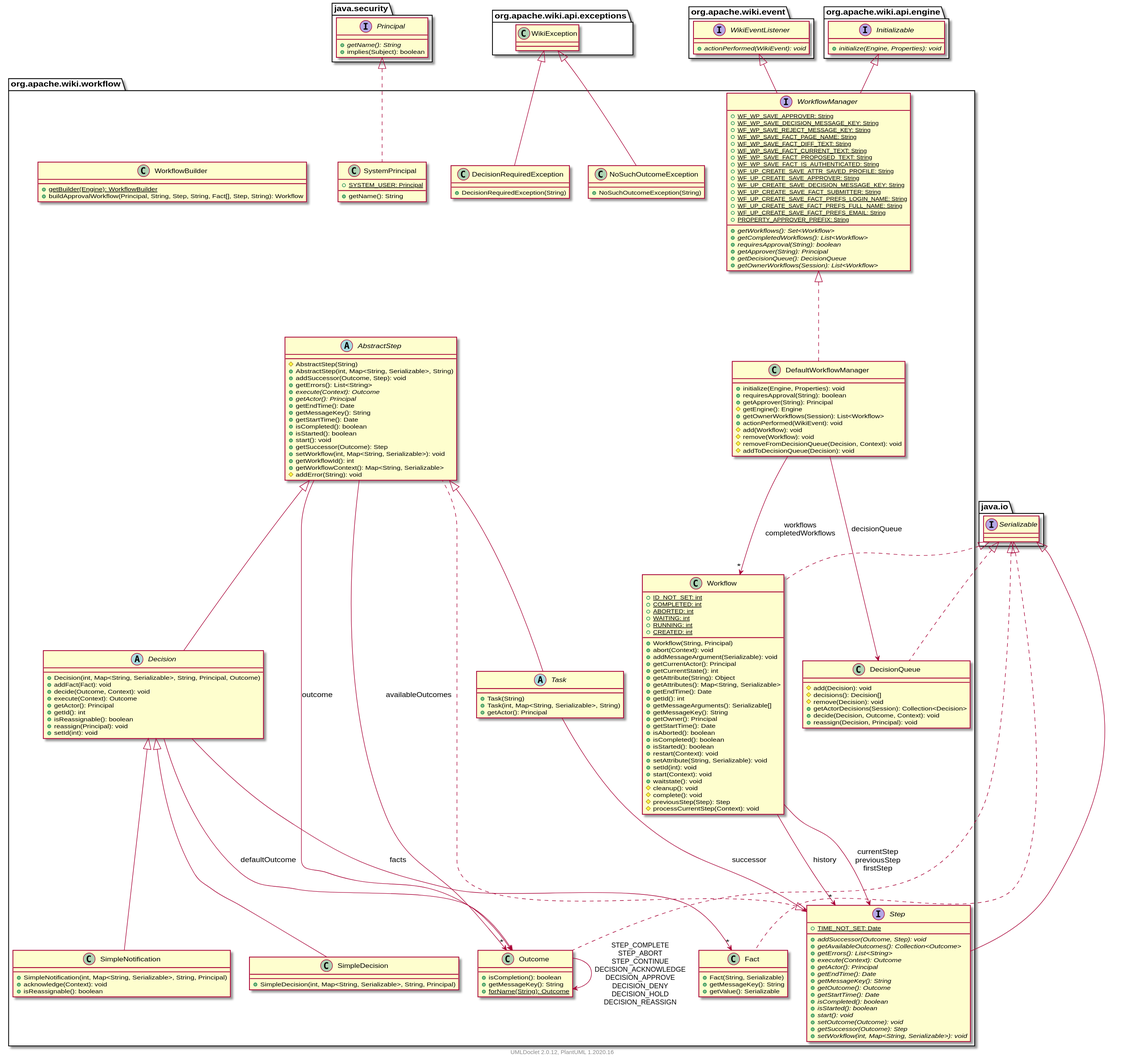
The PlantUML diagram apidocs/2.11.0-SNAPSHOT/org/apache/wiki/workflow/package.svg in apache/jspwiki-site, before a commit.
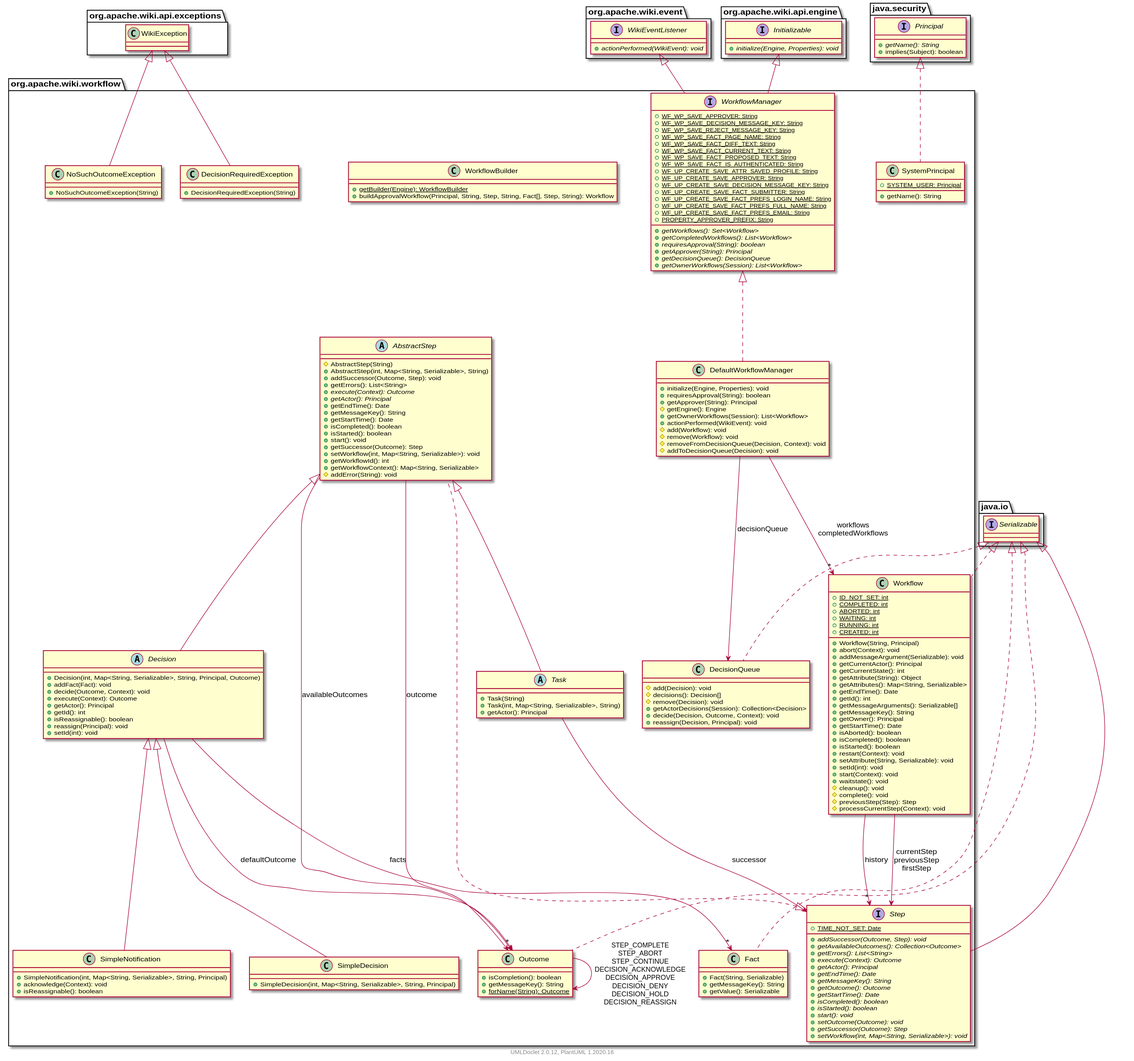
After the change.

What changed in the source:
```diff
@@ -7,9 +7,88 @@
             +isReassignable(): boolean
         }
 
-        class SystemPrincipal [[SystemPrincipal.html]] {
-            {static} +SYSTEM_USER: Principal
-            +getName(): String
+        abstract class Task [[Task.html]] {
+            +Task(String)
+            +Task(int, Map<String, Serializable>, String)
+            +getActor(): Principal
+        }
+
+        class NoSuchOutcomeException [[NoSuchOutcomeException.html]] {
+            +NoSuchOutcomeException(String)
+        }
+
+        class DecisionQueue [[DecisionQueue.html]] {
+            #add(Decision): void
+            #decisions(): Decision[]
+            #remove(Decision): void
+            +getActorDecisions(Session): Collection<Decision>
+            +decide(Decision, Outcome, Context): void
+            +reassign(Decision, Principal): void
+        }
+
+        interface Step [[Step.html]] {
+            {static} +TIME_NOT_SET: Date
+            {abstract} +addSuccessor(Outcome, Step): void
+            {abstract} +getAvailableOutcomes(): Collection<Outcome>
+            {abstract} +getErrors(): List<String>
+            {abstract} +execute(Context): Outcome
+            {abstract} +getActor(): Principal
+            {abstract} +getEndTime(): Date
+            {abstract} +getMessageKey(): String
+            {abstract} +getOutcome(): Outcome
+            {abstract} +getStartTime(): Date
+            {abstract} +isCompleted(): boolean
+            {abstract} +isStarted(): boolean
+            {abstract} +start(): void
+            {abstract} +setOutcome(Outcome): void
+            {abstract} +getSuccessor(Outcome): Step
+            {abstract} +setWorkflow(int, Map<String, Serializable>): void
+        }
+
+        class Fact [[Fact.html]] {
+            +Fact(String, Serializable)
+            +getMessageKey(): String
+            +getValue(): Serializable
+        }
+
+        class SimpleDecision [[SimpleDecision.html]] {
+            +SimpleDecision(int, Map<String, Serializable>, String, Principal)
+        }
+
+        class Outcome [[Outcome.html]] {
+            +isCompletion(): boolean
+            +getMessageKey(): String
+            {static} +forName(String): Outcome
+        }
+
+        interface WorkflowManager [[WorkflowManager.html]] {
+            {static} +WF_WP_SAVE_APPROVER: String
+            {static} +WF_WP_SAVE_DECISION_MESSAGE_KEY: String
+            {static} +WF_WP_SAVE_REJECT_MESSAGE_KEY: String
+            {static} +WF_WP_SAVE_FACT_PAGE_NAME: String
+            {static} +WF_WP_SAVE_FACT_DIFF_TEXT: String
+            {static} +WF_WP_SAVE_FACT_CURRENT_TEXT: String
+            {static} +WF_WP_SAVE_FACT_PROPOSED_TEXT: String
+            {static} +WF_WP_SAVE_FACT_IS_AUTHENTICATED: String
+            {static} +WF_UP_CREATE_SAVE_ATTR_SAVED_PROFILE: String
+            {static} +WF_UP_CREATE_SAVE_APPROVER: String
+            {static} +WF_UP_CREATE_SAVE_DECISION_MESSAGE_KEY: String
+            {static} +WF_UP_CREATE_SAVE_FACT_SUBMITTER: String
+            {static} +WF_UP_CREATE_SAVE_FACT_PREFS_LOGIN_NAME: String
+            {static} +WF_UP_CREATE_SAVE_FACT_PREFS_FULL_NAME: String
+            {static} +WF_UP_CREATE_SAVE_FACT_PREFS_EMAIL: String
+            {static} +PROPERTY_APPROVER_PREFIX: String
+            {abstract} +getWorkflows(): Set<Workflow>
+            {abstract} +getCompletedWorkflows(): List<Workflow>
+            {abstract} +requiresApproval(String): boolean
+            {abstract} +getApprover(String): Principal
+            {abstract} +getDecisionQueue(): DecisionQueue
+            {abstract} +getOwnerWorkflows(Session): List<Workflow>
+        }
+
+        class WorkflowBuilder [[WorkflowBuilder.html]] {
+            {static} +getBuilder(Engine): WorkflowBuilder
+            +buildApprovalWorkflow(Principal, String, Step, String, Fact[], Step, String): Workflow
         }
 
         class Workflow [[Workflow.html]] {
@@ -50,68 +129,9 @@
             +DecisionRequiredException(String)
         }
 
-        class Outcome [[Outcome.html]] {
-            +isCompletion(): boolean
-            +getMessageKey(): String
-            {static} +forName(String): Outcome
-        }
-
-        class SimpleDecision [[SimpleDecision.html]] {
-            +SimpleDecision(int, Map<String, Serializable>, String, Principal)
-        }
-
-        class NoSuchOutcomeException [[NoSuchOutcomeException.html]] {
-            +NoSuchOutcomeException(String)
-        }
-
-        interface Step [[Step.html]] {
-            {static} +TIME_NOT_SET: Date
-            {abstract} +addSuccessor(Outcome, Step): void
-            {abstract} +getAvailableOutcomes(): Collection<Outcome>
-            {abstract} +getErrors(): List<String>
-            {abstract} +execute(Context): Outcome
-            {abstract} +getActor(): Principal
-            {abstract} +getEndTime(): Date
-            {abstract} +getMessageKey(): String
-            {abstract} +getOutcome(): Outcome
-            {abstract} +getStartTime(): Date
-            {abstract} +isCompleted(): boolean
-            {abstract} +isStarted(): boolean
-            {abstract} +start(): void
-            {abstract} +setOutcome(Outcome): void
-            {abstract} +getSuccessor(Outcome): Step
-            {abstract} +setWorkflow(int, Map<String, Serializable>): void
-        }
-
-        interface WorkflowManager [[WorkflowManager.html]] {
-            {static} +WF_WP_SAVE_APPROVER: String
-            {static} +WF_WP_SAVE_DECISION_MESSAGE_KEY: String
-            {static} +WF_WP_SAVE_REJECT_MESSAGE_KEY: String
-            {static} +WF_WP_SAVE_FACT_PAGE_NAME: String
-            {static} +WF_WP_SAVE_FACT_DIFF_TEXT: String
-            {static} +WF_WP_SAVE_FACT_CURRENT_TEXT: String
-            {static} +WF_WP_SAVE_FACT_PROPOSED_TEXT: String
-            {static} +WF_WP_SAVE_FACT_IS_AUTHENTICATED: String
-            {static} +WF_UP_CREATE_SAVE_ATTR_SAVED_PROFILE: String
-            {static} +WF_UP_CREATE_SAVE_APPROVER: String
-            {static} +WF_UP_CREATE_SAVE_DECISION_MESSAGE_KEY: String
-            {static} +WF_UP_CREATE_SAVE_FACT_SUBMITTER: String
-            {static} +WF_UP_CREATE_SAVE_FACT_PREFS_LOGIN_NAME: String
-            {static} +WF_UP_CREATE_SAVE_FACT_PREFS_FULL_NAME: String
-            {static} +WF_UP_CREATE_SAVE_FACT_PREFS_EMAIL: String
-            {static} +PROPERTY_APPROVER_PREFIX: String
-            {abstract} +getWorkflows(): Set<Workflow>
-            {abstract} +getCompletedWorkflows(): List<Workflow>
-            {abstract} +requiresApproval(String): boolean
-            {abstract} +getApprover(String): Principal
-            {abstract} +getDecisionQueue(): DecisionQueue
-            {abstract} +getOwnerWorkflows(Session): List<Workflow>
-        }
-
-        abstract class Task [[Task.html]] {
-            +Task(String)
-            +Task(int, Map<String, Serializable>, String)
-            +getActor(): Principal
+        class SystemPrincipal [[SystemPrincipal.html]] {
+            {static} +SYSTEM_USER: Principal
+            +getName(): String
         }
 
         class DefaultWorkflowManager [[DefaultWorkflowManager.html]] {
@@ -127,15 +147,16 @@
             #addToDecisionQueue(Decision): void
         }
 
-        class Fact [[Fact.html]] {
-            +Fact(String, Serializable)
-            +getMessageKey(): String
-            +getValue(): Serializable
-        }
-
-        class WorkflowBuilder [[WorkflowBuilder.html]] {
-            {static} +getBuilder(Engine): WorkflowBuilder
-            +buildApprovalWorkflow(Principal, String, Step, String, Fact[], Step, String): Workflow
+        abstract class Decision [[Decision.html]] {
+            +Decision(int, Map<String, Serializable>, String, Principal, Outcome)
+            +addFact(Fact): void
+            +decide(Outcome, Context): void
+            +execute(Context): Outcome
+            +getActor(): Principal
+            +getId(): int
+            +isReassignable(): boolean
+            +reassign(Principal): void
+            +setId(int): void
         }
 
         abstract class AbstractStep [[AbstractStep.html]] {
@@ -158,69 +179,41 @@
             #addError(String): void
         }
 
-        abstract class Decision [[Decision.html]] {
-            +Decision(int, Map<String, Serializable>, String, Principal, Outcome)
-            +addFact(Fact): void
-            +decide(Outcome, Context): void
-            +execute(Context): Outcome
-            +getActor(): Principal
-            +getId(): int
-            +isReassignable(): boolean
-            +reassign(Principal): void
-            +setId(int): void
-        }
-
-        class DecisionQueue [[DecisionQueue.html]] {
-            #add(Decision): void
-            #decisions(): Decision[]
-            #remove(Decision): void
-            +getActorDecisions(Session): Collection<Decision>
-            +decide(Decision, Outcome, Context): void
-            +reassign(Decision, Principal): void
-        }
-
         Decision <|-- SimpleNotification
-        java.security.Principal <|.. SystemPrincipal
+        AbstractStep <|-- Task
+        Task --> Step: successor
+        org.apache.wiki.api.exceptions.WikiException <|-- NoSuchOutcomeException
+        java.io.Serializable <|.. DecisionQueue
+        java.io.Serializable <|-- Step
+        java.io.Serializable <|.. Fact
+        Decision <|-- SimpleDecision
+        java.io.Serializable <|.. Outcome
+        Outcome --> Outcome: STEP_COMPLETE\nSTEP_ABORT\nSTEP_CONTINUE\nDECISION_ACKNOWLEDGE\nDECISION_APPROVE\nDECISION_DENY\nDECISION_HOLD\nDECISION_REASSIGN
+        org.apache.wiki.event.WikiEventListener <|-- WorkflowManager
+        org.apache.wiki.api.engine.Initializable <|-- WorkflowManager
         java.io.Serializable <|.. Workflow
         Workflow --> "*" Step: history
         Workflow --> Step: currentStep\npreviousStep\nfirstStep
         org.apache.wiki.api.exceptions.WikiException <|-- DecisionRequiredException
-        java.io.Serializable <|.. Outcome
-        Outcome --> Outcome: STEP_COMPLETE\nSTEP_ABORT\nSTEP_CONTINUE\nDECISION_ACKNOWLEDGE\nDECISION_APPROVE\nDECISION_DENY\nDECISION_HOLD\nDECISION_REASSIGN
-        Decision <|-- SimpleDecision
-        org.apache.wiki.api.exceptions.WikiException <|-- NoSuchOutcomeException
-        java.io.Serializable <|-- Step
-        org.apache.wiki.event.WikiEventListener <|-- WorkflowManager
-        org.apache.wiki.api.engine.Initializable <|-- WorkflowManager
-        AbstractStep <|-- Task
-        Task --> Step: successor
+        java.security.Principal <|.. SystemPrincipal
         WorkflowManager <|.. DefaultWorkflowManager
         DefaultWorkflowManager --> "*" Workflow: workflows\ncompletedWorkflows
         DefaultWorkflowManager --> DecisionQueue: decisionQueue
-        java.io.Serializable <|.. Fact
+        AbstractStep <|-- Decision
+        Decision --> Outcome: defaultOutcome
+        Decision --> "*" Fact: facts
         Step <|.. AbstractStep
         AbstractStep --> "*" Outcome: availableOutcomes
         AbstractStep --> Outcome: outcome
-        AbstractStep <|-- Decision
-        Decision --> Outcome: defaultOutcome
-        Decision --> "*" Fact: facts
-        java.io.Serializable <|.. DecisionQueue
     }
 
-    namespace java.security {
-        interface Principal {
-            {abstract} +getName(): String
-            +implies(Subject): boolean
+    namespace org.apache.wiki.api.exceptions {
+        class WikiException [[../api/exceptions/WikiException.html]] {
         }
     }
 
     namespace java.io {
         interface Serializable
-    }
-
-    namespace org.apache.wiki.api.exceptions {
-        class WikiException [[../api/exceptions/WikiException.html]] {
-        }
     }
 
     namespace org.apache.wiki.event {
@@ -235,5 +228,12 @@
         }
     }
 
+    namespace java.security {
+        interface Principal {
+            {abstract} +getName(): String
+            +implies(Subject): boolean
+        }
+    }
+
     center footer UMLDoclet 2.0.12, PlantUML 1.2020.16
 @enduml
```
